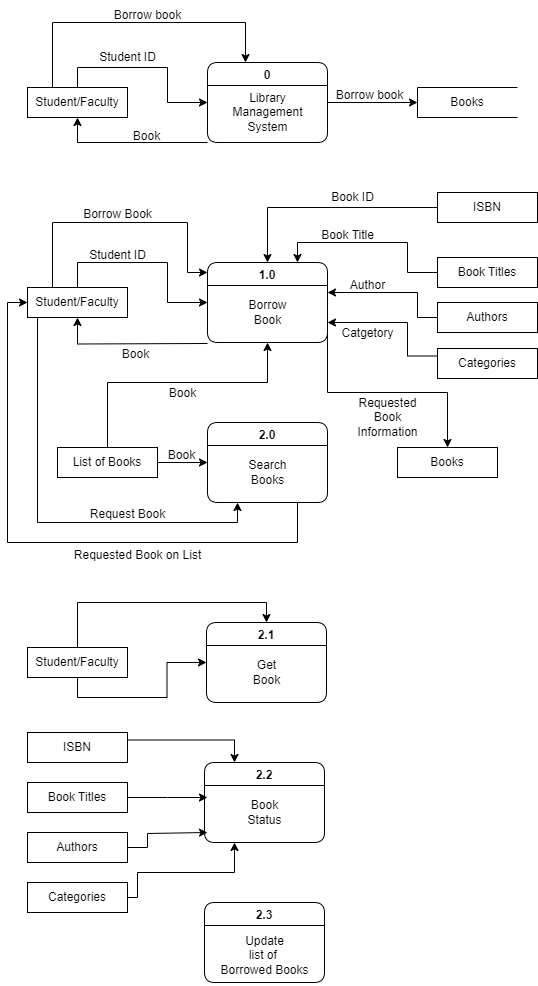
Above: data_flow.drawio.png in Jayrou12345/Flowchart (draw.io), before the change. Source tidied: cells renumbered, new cells last; positions are measured from the earlier drawing's top-left corner, leaving out a move shared by most shapes.
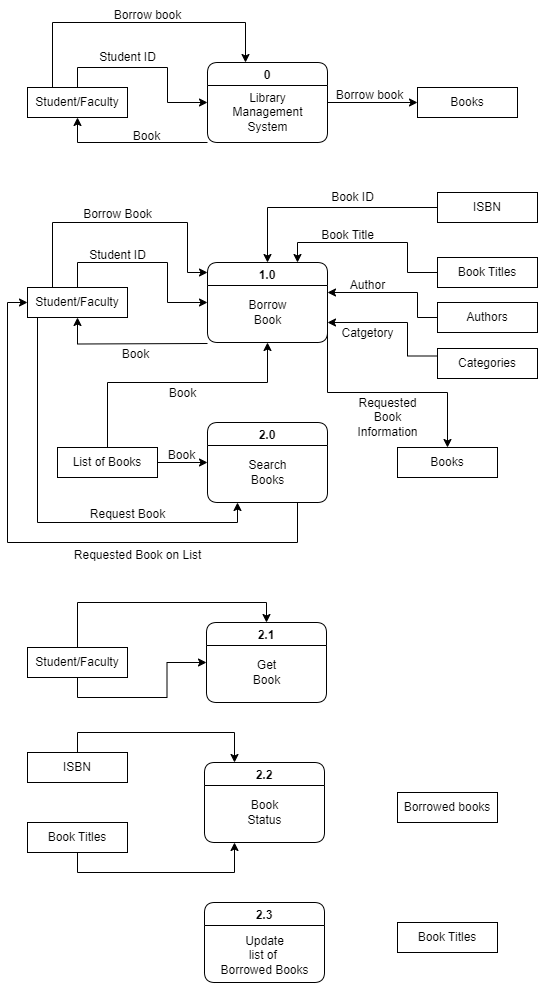
Above is the later version.

What changed in the source:
```diff
@@ -33,7 +33,7 @@
     <mxCell id="8" value="Student/Faculty" style="html=1;dashed=0;whiteSpace=wrap;" parent="1" vertex="1">
       <mxGeometry x="20" y="87" width="100" height="30" as="geometry" />
     </mxCell>
-    <mxCell id="9" value="Books" style="html=1;dashed=0;whiteSpace=wrap;shape=partialRectangle;right=0;" parent="1" vertex="1">
+    <mxCell id="9" value="Books" style="html=1;dashed=0;whiteSpace=wrap;" parent="1" vertex="1">
       <mxGeometry x="410" y="87" width="100" height="30" as="geometry" />
     </mxCell>
     <mxCell id="10" value="Student ID" style="text;html=1;align=center;verticalAlign=middle;strokeColor=none;fillColor=none;" parent="1" vertex="1">
@@ -214,12 +214,6 @@
     <mxCell id="50" value="Get&lt;br&gt;Book" style="text;html=1;align=center;verticalAlign=middle;strokeColor=none;fillColor=none;" parent="49" vertex="1">
       <mxGeometry x="35" y="30" width="50" height="40" as="geometry" />
     </mxCell>
-    <mxCell id="51" value="2.2" style="swimlane;rounded=1;startSize=23;" parent="1" vertex="1">
-      <mxGeometry x="197" y="762" width="120" height="80" as="geometry" />
-    </mxCell>
-    <mxCell id="52" value="Book&lt;br&gt;Status" style="text;html=1;align=center;verticalAlign=middle;strokeColor=none;fillColor=none;" parent="51" vertex="1">
-      <mxGeometry x="30" y="30" width="60" height="40" as="geometry" />
-    </mxCell>
     <mxCell id="53" value="2.3" style="swimlane;rounded=1;" parent="1" vertex="1">
       <mxGeometry x="197" y="902" width="120" height="80" as="geometry" />
     </mxCell>
@@ -235,43 +229,29 @@
     <mxCell id="57" value="Student/Faculty" style="html=1;dashed=0;whiteSpace=wrap;" parent="1" vertex="1">
       <mxGeometry x="20" y="647" width="100" height="30" as="geometry" />
     </mxCell>
-    <mxCell id="58" style="edgeStyle=orthogonalEdgeStyle;rounded=0;jettySize=auto;html=1;exitX=1;exitY=0.5;exitDx=0;exitDy=0;" parent="1" edge="1" source="59">
-      <mxGeometry relative="1" as="geometry">
-        <mxPoint x="200" y="797" as="targetPoint" />
-      </mxGeometry>
-    </mxCell>
+    <mxCell id="66" style="edgeStyle=orthogonalEdgeStyle;rounded=0;jettySize=auto;html=1;exitX=0.5;exitY=1;exitDx=0;exitDy=0;entryX=0.25;entryY=1;entryDx=0;entryDy=0;" parent="1" edge="1" source="59" target="51">
+      <mxGeometry relative="1" as="geometry" />
+    </mxCell>
     <mxCell id="59" value="Book Titles" style="html=1;dashed=0;whiteSpace=wrap;" parent="1" vertex="1">
-      <mxGeometry x="20" y="782" width="100" height="30" as="geometry" />
+      <mxGeometry x="20" y="822" width="100" height="30" as="geometry" />
     </mxCell>
-    <mxCell id="60" style="edgeStyle=orthogonalEdgeStyle;rounded=0;jettySize=auto;html=1;exitX=1;exitY=0.5;exitDx=0;exitDy=0;" parent="1" edge="1" source="61">
-      <mxGeometry relative="1" as="geometry">
-        <mxPoint x="200" y="832" as="targetPoint" />
-        <Array as="points">
-          <mxPoint x="140" y="847" />
-          <mxPoint x="140" y="833" />
-        </Array>
-      </mxGeometry>
-    </mxCell>
-    <mxCell id="61" value="Authors" style="html=1;dashed=0;whiteSpace=wrap;" parent="1" vertex="1">
-      <mxGeometry x="20" y="832" width="100" height="30" as="geometry" />
-    </mxCell>
-    <mxCell id="62" style="edgeStyle=orthogonalEdgeStyle;rounded=0;jettySize=auto;html=1;exitX=1;exitY=0.5;exitDx=0;exitDy=0;entryX=0.25;entryY=1;entryDx=0;entryDy=0;" parent="1" edge="1" source="63" target="51">
-      <mxGeometry relative="1" as="geometry">
-        <Array as="points">
-          <mxPoint x="130" y="897" />
-          <mxPoint x="130" y="872" />
-          <mxPoint x="227" y="872" />
-        </Array>
-      </mxGeometry>
-    </mxCell>
-    <mxCell id="63" value="Categories" style="html=1;dashed=0;whiteSpace=wrap;" parent="1" vertex="1">
-      <mxGeometry x="20" y="882" width="100" height="30" as="geometry" />
-    </mxCell>
-    <mxCell id="64" style="edgeStyle=orthogonalEdgeStyle;rounded=0;jettySize=auto;html=1;exitX=1;exitY=0.25;exitDx=0;exitDy=0;entryX=0.25;entryY=0;entryDx=0;entryDy=0;" parent="1" edge="1" source="65" target="51">
+    <mxCell id="64" style="edgeStyle=orthogonalEdgeStyle;rounded=0;jettySize=auto;html=1;exitX=0.5;exitY=0;exitDx=0;exitDy=0;entryX=0.25;entryY=0;entryDx=0;entryDy=0;" parent="1" edge="1" source="65" target="51">
       <mxGeometry relative="1" as="geometry" />
     </mxCell>
     <mxCell id="65" value="ISBN" style="html=1;dashed=0;whiteSpace=wrap;" parent="1" vertex="1">
-      <mxGeometry x="20" y="732" width="100" height="30" as="geometry" />
+      <mxGeometry x="20" y="752" width="100" height="30" as="geometry" />
     </mxCell>
+    <mxCell id="67" value="Borrowed books" style="html=1;dashed=0;whiteSpace=wrap;" parent="1" vertex="1">
+      <mxGeometry x="390" y="792" width="100" height="30" as="geometry" />
+    </mxCell>
+    <mxCell id="68" value="Book Titles" style="html=1;dashed=0;whiteSpace=wrap;" parent="1" vertex="1">
+      <mxGeometry x="390" y="922" width="100" height="30" as="geometry" />
+    </mxCell>
+    <mxCell id="51" value="2.2" style="swimlane;rounded=1;startSize=23;" parent="1" vertex="1">
+      <mxGeometry x="197" y="762" width="120" height="80" as="geometry" />
+    </mxCell>
+    <mxCell id="52" value="Book&lt;br&gt;Status" style="text;html=1;align=center;verticalAlign=middle;strokeColor=none;fillColor=none;" parent="51" vertex="1">
+      <mxGeometry x="30" y="30" width="60" height="40" as="geometry" />
+    </mxCell>
   </root>
 </mxGraphModel>
```
